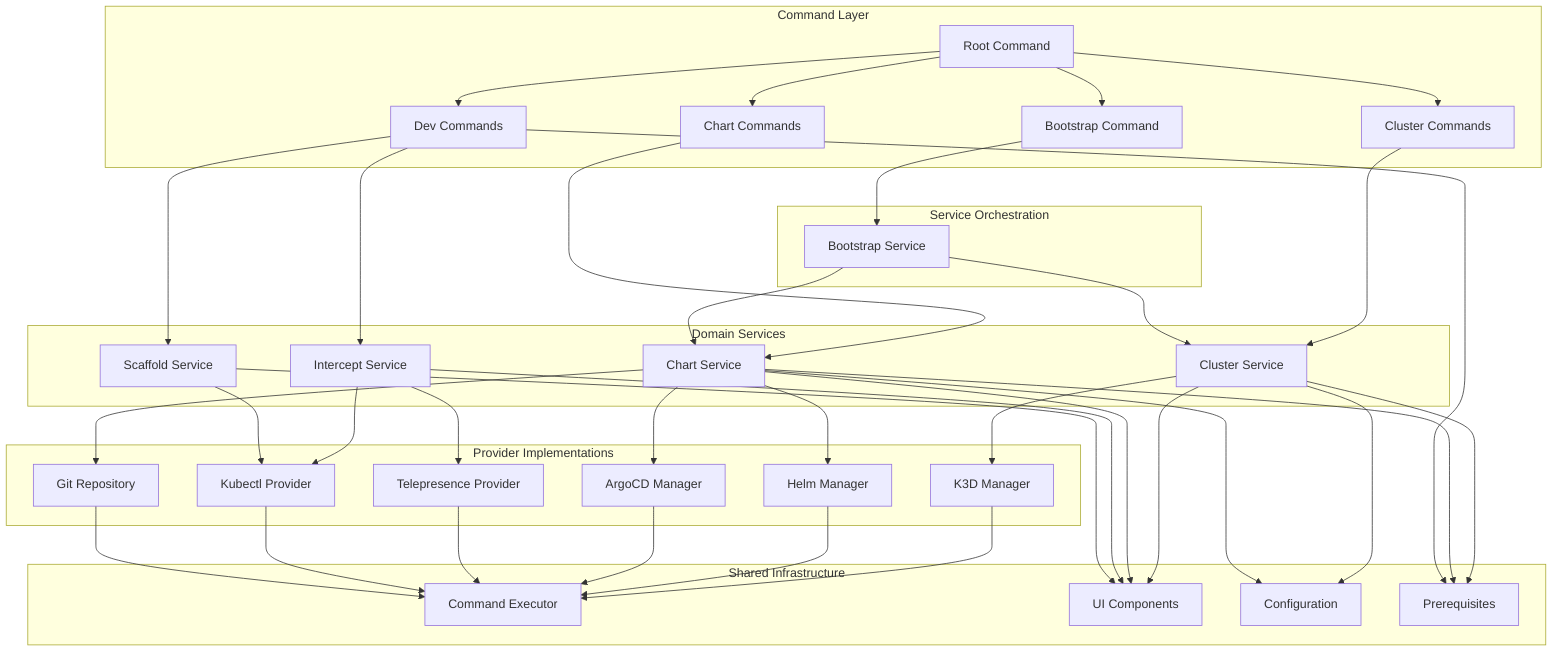
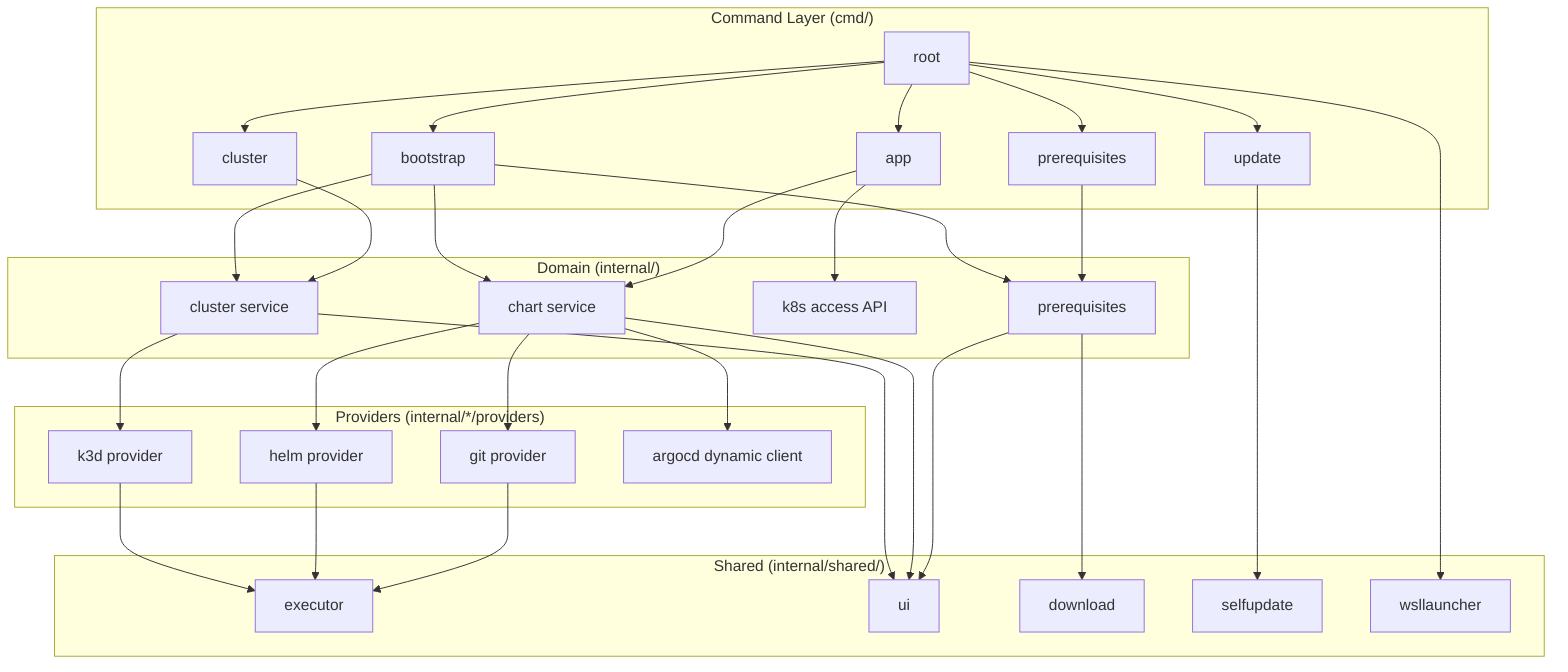
graph TD
-     subgraph "Command Layer"
-         RootCmd[Root Command]
-         BootstrapCmd[Bootstrap Command]
-         ClusterCmd[Cluster Commands]
-         ChartCmd[Chart Commands]
-         DevCmd[Dev Commands]
+     subgraph "Command Layer (cmd/)"
+         RootCmd[root]
+         BootstrapCmd[bootstrap]
+         ClusterCmd[cluster]
+         AppCmd[app]
+         PrereqCmd[prerequisites]
+         UpdateCmd[update]
    end

-     subgraph "Service Orchestration"
-         BootstrapSvc[Bootstrap Service]
+     subgraph "Domain (internal/)"
+         ClusterSvc[cluster service]
+         ChartSvc[chart service]
+         K8sAccess[k8s access API]
+         PrereqSvc[prerequisites]
    end

-     subgraph "Domain Services"
-         ClusterSvc[Cluster Service]
-         ChartSvc[Chart Service]
-         InterceptSvc[Intercept Service]
-         ScaffoldSvc[Scaffold Service]
+     subgraph "Providers (internal/*/providers)"
+         K3D[k3d provider]
+         Helm[helm provider]
+         Git[git provider]
+         ArgoCD[argocd dynamic client]
    end

-     subgraph "Provider Implementations"
-         K3DMgr[K3D Manager]
-         HelmMgr[Helm Manager]
-         ArgoCDMgr[ArgoCD Manager]
-         TelepresenceProv[Telepresence Provider]
-         KubectlProv[Kubectl Provider]
-         GitRepo[Git Repository]
-     end
- 
-     subgraph "Shared Infrastructure"
-         Executor[Command Executor]
-         UI[UI Components]
-         Config[Configuration]
-         Prerequisites[Prerequisites]
+     subgraph "Shared (internal/shared/)"
+         Executor[executor]
+         UI[ui]
+         Download[download]
+         SelfUpdate[selfupdate]
+         WSL[wsllauncher]
    end

    RootCmd --> BootstrapCmd
    RootCmd --> ClusterCmd
-     RootCmd --> ChartCmd
-     RootCmd --> DevCmd
+     RootCmd --> AppCmd
+     RootCmd --> PrereqCmd
+     RootCmd --> UpdateCmd
+     RootCmd --> WSL
+     UpdateCmd --> SelfUpdate

-     BootstrapCmd --> BootstrapSvc
+     BootstrapCmd --> PrereqSvc
+     BootstrapCmd --> ClusterSvc
+     BootstrapCmd --> ChartSvc
    ClusterCmd --> ClusterSvc
-     ChartCmd --> ChartSvc
-     DevCmd --> InterceptSvc
-     DevCmd --> ScaffoldSvc
+     AppCmd --> ChartSvc
+     AppCmd --> K8sAccess
+     PrereqCmd --> PrereqSvc

-     BootstrapSvc --> ClusterSvc
-     BootstrapSvc --> ChartSvc
+     ClusterSvc --> K3D
+     ChartSvc --> Git
+     ChartSvc --> Helm
+     ChartSvc --> ArgoCD

-     ClusterSvc --> K3DMgr
-     ChartSvc --> HelmMgr
-     ChartSvc --> ArgoCDMgr
-     ChartSvc --> GitRepo
-     InterceptSvc --> TelepresenceProv
-     InterceptSvc --> KubectlProv
-     ScaffoldSvc --> KubectlProv
- 
-     K3DMgr --> Executor
-     HelmMgr --> Executor
-     ArgoCDMgr --> Executor
-     TelepresenceProv --> Executor
-     KubectlProv --> Executor
-     GitRepo --> Executor
+     K3D --> Executor
+     Helm --> Executor
+     Git --> Executor
+     PrereqSvc --> Download

    ClusterSvc --> UI
    ChartSvc --> UI
-     InterceptSvc --> UI
-     ScaffoldSvc --> UI
- 
-     ClusterSvc --> Config
-     ChartSvc --> Config
- 
-     ClusterSvc --> Prerequisites
-     ChartSvc --> Prerequisites
-     DevCmd --> Prerequisites
+     PrereqSvc --> UI
